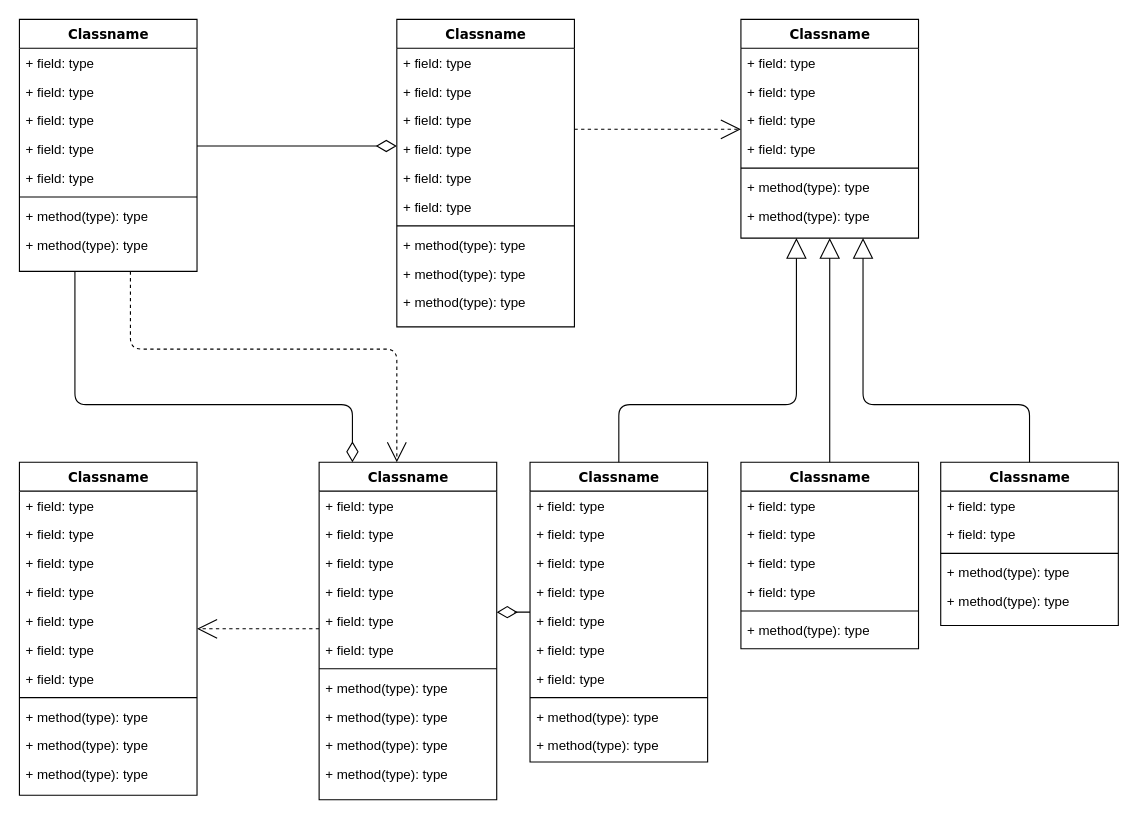
Before: Diagrama sem nome.drawio in fernandesladeira/TCC_PUCMinas, a draw.io diagram. Source tidied: cells renumbered, new cells numbered last; positions are measured from the earlier drawing's top-left corner, leaving out a move shared by most shapes. Both pictures are drawn from the tidied source at 111%, with x=0, y=0 at pixel (19, 19).
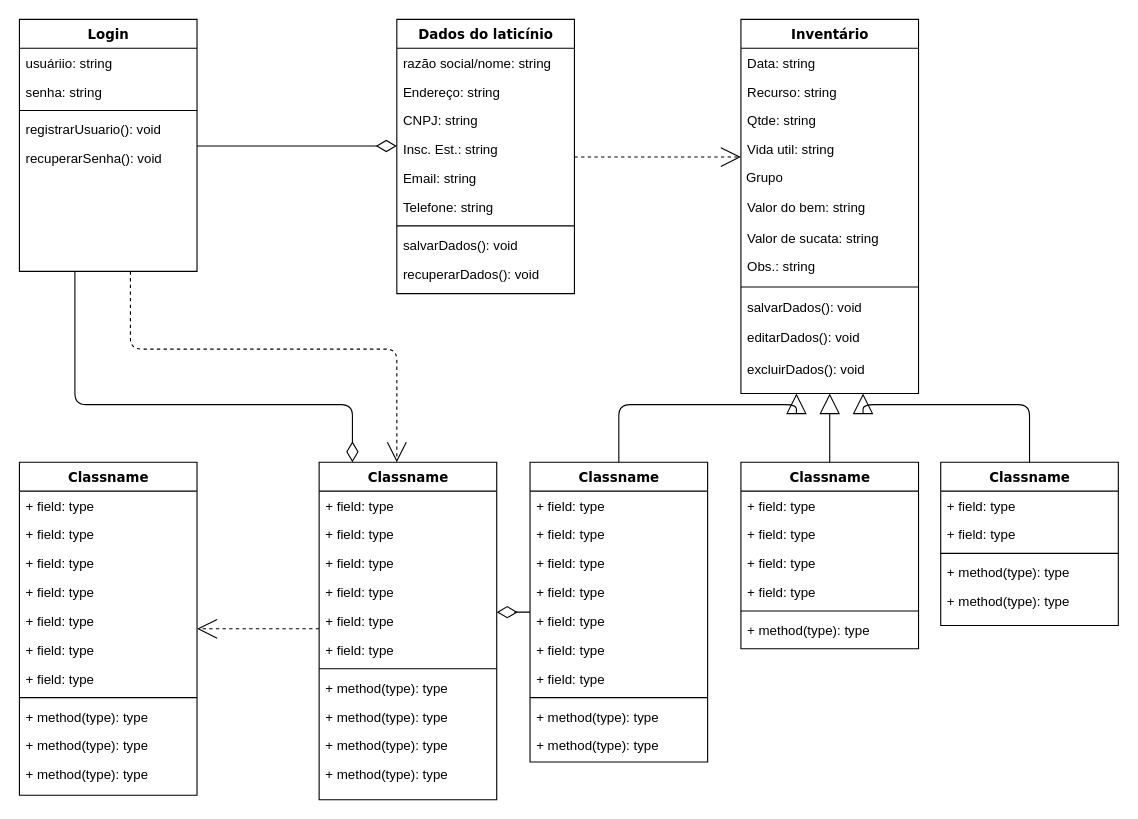
The same diagram, later.

Diff of the diagram source:
```diff
@@
-    <mxCell id="4" value="Classname" style="swimlane;html=1;fontStyle=1;align=center;verticalAlign=top;horizontal=1;startSize=26;swimlaneFillColor=#ffffff;rounded=0;shadow=0;comic=0;labelBackgroundColor=none;strokeWidth=1;fillColor=none;fontFamily=Verdana;fontSize=12;" parent="1" vertex="1">
+    <mxCell id="4" value="Login" style="swimlane;html=1;fontStyle=1;align=center;verticalAlign=top;horizontal=1;startSize=26;swimlaneFillColor=#ffffff;rounded=0;shadow=0;comic=0;labelBackgroundColor=none;strokeWidth=1;fillColor=none;fontFamily=Verdana;fontSize=12;" parent="1" vertex="1">
       <mxGeometry width="160" height="227" as="geometry" />
     </mxCell>
-    <mxCell id="5" value="+ field: type" style="text;html=1;strokeColor=none;fillColor=none;align=left;verticalAlign=top;spacingLeft=4;spacingRight=4;whiteSpace=wrap;overflow=hidden;" parent="4" vertex="1">
+    <mxCell id="5" value="usuáriio: string&lt;span style=&quot;white-space: pre;&quot;&gt;&#9;&lt;/span&gt;" style="text;html=1;strokeColor=none;fillColor=none;align=left;verticalAlign=top;spacingLeft=4;spacingRight=4;whiteSpace=wrap;overflow=hidden;" parent="4" vertex="1">
       <mxGeometry y="26" width="160" height="26" as="geometry" />
     </mxCell>
-    <mxCell id="6" value="+ field: type" style="text;html=1;strokeColor=none;fillColor=none;align=left;verticalAlign=top;spacingLeft=4;spacingRight=4;whiteSpace=wrap;overflow=hidden;" parent="4" vertex="1">
+    <mxCell id="6" value="senha: string" style="text;html=1;strokeColor=none;fillColor=none;align=left;verticalAlign=top;spacingLeft=4;spacingRight=4;whiteSpace=wrap;overflow=hidden;" parent="4" vertex="1">
       <mxGeometry y="52" width="160" height="26" as="geometry" />
     </mxCell>
-    <mxCell id="7" value="+ field: type" style="text;html=1;strokeColor=none;fillColor=none;align=left;verticalAlign=top;spacingLeft=4;spacingRight=4;whiteSpace=wrap;overflow=hidden;" parent="4" vertex="1">
-      <mxGeometry y="78" width="160" height="26" as="geometry" />
-    </mxCell>
-    <mxCell id="8" value="+ field: type" style="text;html=1;strokeColor=none;fillColor=none;align=left;verticalAlign=top;spacingLeft=4;spacingRight=4;whiteSpace=wrap;overflow=hidden;" parent="4" vertex="1">
-      <mxGeometry y="104" width="160" height="26" as="geometry" />
-    </mxCell>
-    <mxCell id="9" value="+ field: type" style="text;html=1;strokeColor=none;fillColor=none;align=left;verticalAlign=top;spacingLeft=4;spacingRight=4;whiteSpace=wrap;overflow=hidden;" parent="4" vertex="1">
-      <mxGeometry y="130" width="160" height="26" as="geometry" />
-    </mxCell>
     <mxCell id="10" style="line;html=1;strokeWidth=1;fillColor=none;align=left;verticalAlign=middle;spacingTop=-1;spacingLeft=3;spacingRight=3;labelPosition=right;" parent="4" vertex="1">
-      <mxGeometry y="156" width="160" height="8" as="geometry" />
+      <mxGeometry y="78" width="160" height="8" as="geometry" />
     </mxCell>
-    <mxCell id="11" value="+ method(type): type" style="text;html=1;strokeColor=none;fillColor=none;align=left;verticalAlign=top;spacingLeft=4;spacingRight=4;whiteSpace=wrap;overflow=hidden;" parent="4" vertex="1">
-      <mxGeometry y="164" width="160" height="26" as="geometry" />
+    <mxCell id="11" value="registrarUsuario(): void" style="text;html=1;strokeColor=none;fillColor=none;align=left;verticalAlign=top;spacingLeft=4;spacingRight=4;whiteSpace=wrap;overflow=hidden;" parent="4" vertex="1">
+      <mxGeometry y="86" width="160" height="26" as="geometry" />
     </mxCell>
-    <mxCell id="12" value="+ method(type): type" style="text;html=1;strokeColor=none;fillColor=none;align=left;verticalAlign=top;spacingLeft=4;spacingRight=4;whiteSpace=wrap;overflow=hidden;" parent="4" vertex="1">
-      <mxGeometry y="190" width="160" height="26" as="geometry" />
+    <mxCell id="12" value="recuperarSenha(): void" style="text;html=1;strokeColor=none;fillColor=none;align=left;verticalAlign=top;spacingLeft=4;spacingRight=4;whiteSpace=wrap;overflow=hidden;" parent="4" vertex="1">
+      <mxGeometry y="112" width="160" height="26" as="geometry" />
     </mxCell>
@@
-    <mxCell id="14" value="Classname" style="swimlane;html=1;fontStyle=1;align=center;verticalAlign=top;horizontal=1;startSize=26;swimlaneFillColor=#ffffff;rounded=0;shadow=0;comic=0;labelBackgroundColor=none;strokeWidth=1;fillColor=none;fontFamily=Verdana;fontSize=12;" parent="1" vertex="1">
-      <mxGeometry x="340" width="160" height="277" as="geometry" />
+    <mxCell id="14" value="Dados do laticínio" style="swimlane;html=1;fontStyle=1;align=center;verticalAlign=top;horizontal=1;startSize=26;swimlaneFillColor=#ffffff;rounded=0;shadow=0;comic=0;labelBackgroundColor=none;strokeWidth=1;fillColor=none;fontFamily=Verdana;fontSize=12;" parent="1" vertex="1">
+      <mxGeometry x="340" width="160" height="247" as="geometry" />
     </mxCell>
-    <mxCell id="15" value="+ field: type" style="text;html=1;strokeColor=none;fillColor=none;align=left;verticalAlign=top;spacingLeft=4;spacingRight=4;whiteSpace=wrap;overflow=hidden;" parent="14" vertex="1">
+    <mxCell id="15" value="razão social/nome: string" style="text;html=1;strokeColor=none;fillColor=none;align=left;verticalAlign=top;spacingLeft=4;spacingRight=4;whiteSpace=wrap;overflow=hidden;" parent="14" vertex="1">
       <mxGeometry y="26" width="160" height="26" as="geometry" />
     </mxCell>
-    <mxCell id="16" value="+ field: type" style="text;html=1;strokeColor=none;fillColor=none;align=left;verticalAlign=top;spacingLeft=4;spacingRight=4;whiteSpace=wrap;overflow=hidden;" parent="14" vertex="1">
+    <mxCell id="16" value="Endereço: string" style="text;html=1;strokeColor=none;fillColor=none;align=left;verticalAlign=top;spacingLeft=4;spacingRight=4;whiteSpace=wrap;overflow=hidden;" parent="14" vertex="1">
       <mxGeometry y="52" width="160" height="26" as="geometry" />
     </mxCell>
-    <mxCell id="17" value="+ field: type" style="text;html=1;strokeColor=none;fillColor=none;align=left;verticalAlign=top;spacingLeft=4;spacingRight=4;whiteSpace=wrap;overflow=hidden;" parent="14" vertex="1">
+    <mxCell id="17" value="CNPJ: string" style="text;html=1;strokeColor=none;fillColor=none;align=left;verticalAlign=top;spacingLeft=4;spacingRight=4;whiteSpace=wrap;overflow=hidden;" parent="14" vertex="1">
       <mxGeometry y="78" width="160" height="26" as="geometry" />
     </mxCell>
-    <mxCell id="18" value="+ field: type" style="text;html=1;strokeColor=none;fillColor=none;align=left;verticalAlign=top;spacingLeft=4;spacingRight=4;whiteSpace=wrap;overflow=hidden;" parent="14" vertex="1">
+    <mxCell id="18" value="Insc. Est.: string" style="text;html=1;strokeColor=none;fillColor=none;align=left;verticalAlign=top;spacingLeft=4;spacingRight=4;whiteSpace=wrap;overflow=hidden;" parent="14" vertex="1">
       <mxGeometry y="104" width="160" height="26" as="geometry" />
     </mxCell>
-    <mxCell id="19" value="+ field: type" style="text;html=1;strokeColor=none;fillColor=none;align=left;verticalAlign=top;spacingLeft=4;spacingRight=4;whiteSpace=wrap;overflow=hidden;" parent="14" vertex="1">
+    <mxCell id="19" value="Email: string" style="text;html=1;strokeColor=none;fillColor=none;align=left;verticalAlign=top;spacingLeft=4;spacingRight=4;whiteSpace=wrap;overflow=hidden;" parent="14" vertex="1">
       <mxGeometry y="130" width="160" height="26" as="geometry" />
     </mxCell>
-    <mxCell id="20" value="+ field: type" style="text;html=1;strokeColor=none;fillColor=none;align=left;verticalAlign=top;spacingLeft=4;spacingRight=4;whiteSpace=wrap;overflow=hidden;" parent="14" vertex="1">
+    <mxCell id="20" value="Telefone: string" style="text;html=1;strokeColor=none;fillColor=none;align=left;verticalAlign=top;spacingLeft=4;spacingRight=4;whiteSpace=wrap;overflow=hidden;" parent="14" vertex="1">
       <mxGeometry y="156" width="160" height="26" as="geometry" />
     </mxCell>
@@
-    <mxCell id="22" value="+ method(type): type" style="text;html=1;strokeColor=none;fillColor=none;align=left;verticalAlign=top;spacingLeft=4;spacingRight=4;whiteSpace=wrap;overflow=hidden;" parent="14" vertex="1">
+    <mxCell id="22" value="salvarDados(): void" style="text;html=1;strokeColor=none;fillColor=none;align=left;verticalAlign=top;spacingLeft=4;spacingRight=4;whiteSpace=wrap;overflow=hidden;" parent="14" vertex="1">
       <mxGeometry y="190" width="160" height="26" as="geometry" />
     </mxCell>
-    <mxCell id="23" value="+ method(type): type" style="text;html=1;strokeColor=none;fillColor=none;align=left;verticalAlign=top;spacingLeft=4;spacingRight=4;whiteSpace=wrap;overflow=hidden;" parent="14" vertex="1">
+    <mxCell id="23" value="recuperarDados(): void" style="text;html=1;strokeColor=none;fillColor=none;align=left;verticalAlign=top;spacingLeft=4;spacingRight=4;whiteSpace=wrap;overflow=hidden;" parent="14" vertex="1">
       <mxGeometry y="216" width="160" height="26" as="geometry" />
     </mxCell>
-    <mxCell id="24" value="+ method(type): type" style="text;html=1;strokeColor=none;fillColor=none;align=left;verticalAlign=top;spacingLeft=4;spacingRight=4;whiteSpace=wrap;overflow=hidden;" parent="14" vertex="1">
-      <mxGeometry y="242" width="160" height="26" as="geometry" />
-    </mxCell>
-    <mxCell id="25" value="Classname" style="swimlane;html=1;fontStyle=1;align=center;verticalAlign=top;horizontal=1;startSize=26;swimlaneFillColor=#ffffff;rounded=0;shadow=0;comic=0;labelBackgroundColor=none;strokeWidth=1;fillColor=none;fontFamily=Verdana;fontSize=12;" parent="1" vertex="1">
-      <mxGeometry x="650" width="160" height="197" as="geometry" />
+    <mxCell id="25" value="Inventário" style="swimlane;html=1;fontStyle=1;align=center;verticalAlign=top;horizontal=1;startSize=26;swimlaneFillColor=#ffffff;rounded=0;shadow=0;comic=0;labelBackgroundColor=none;strokeWidth=1;fillColor=none;fontFamily=Verdana;fontSize=12;" parent="1" vertex="1">
+      <mxGeometry x="650" width="160" height="337" as="geometry" />
     </mxCell>
-    <mxCell id="26" value="+ field: type" style="text;html=1;strokeColor=none;fillColor=none;align=left;verticalAlign=top;spacingLeft=4;spacingRight=4;whiteSpace=wrap;overflow=hidden;" parent="25" vertex="1">
+    <mxCell id="26" value="Data: string" style="text;html=1;strokeColor=none;fillColor=none;align=left;verticalAlign=top;spacingLeft=4;spacingRight=4;whiteSpace=wrap;overflow=hidden;" parent="25" vertex="1">
       <mxGeometry y="26" width="160" height="26" as="geometry" />
     </mxCell>
-    <mxCell id="27" value="+ field: type" style="text;html=1;strokeColor=none;fillColor=none;align=left;verticalAlign=top;spacingLeft=4;spacingRight=4;whiteSpace=wrap;overflow=hidden;" parent="25" vertex="1">
+    <mxCell id="27" value="Recurso: string" style="text;html=1;strokeColor=none;fillColor=none;align=left;verticalAlign=top;spacingLeft=4;spacingRight=4;whiteSpace=wrap;overflow=hidden;" parent="25" vertex="1">
       <mxGeometry y="52" width="160" height="26" as="geometry" />
     </mxCell>
-    <mxCell id="28" value="+ field: type" style="text;html=1;strokeColor=none;fillColor=none;align=left;verticalAlign=top;spacingLeft=4;spacingRight=4;whiteSpace=wrap;overflow=hidden;" parent="25" vertex="1">
+    <mxCell id="28" value="Qtde: string" style="text;html=1;strokeColor=none;fillColor=none;align=left;verticalAlign=top;spacingLeft=4;spacingRight=4;whiteSpace=wrap;overflow=hidden;" parent="25" vertex="1">
       <mxGeometry y="78" width="160" height="26" as="geometry" />
     </mxCell>
-    <mxCell id="29" value="+ field: type" style="text;html=1;strokeColor=none;fillColor=none;align=left;verticalAlign=top;spacingLeft=4;spacingRight=4;whiteSpace=wrap;overflow=hidden;" parent="25" vertex="1">
+    <mxCell id="29" value="Vida util: string" style="text;html=1;strokeColor=none;fillColor=none;align=left;verticalAlign=top;spacingLeft=4;spacingRight=4;whiteSpace=wrap;overflow=hidden;" parent="25" vertex="1">
       <mxGeometry y="104" width="160" height="26" as="geometry" />
     </mxCell>
-    <mxCell id="30" style="line;html=1;strokeWidth=1;fillColor=none;align=left;verticalAlign=middle;spacingTop=-1;spacingLeft=3;spacingRight=3;labelPosition=right;" parent="25" vertex="1">
-      <mxGeometry y="130" width="160" height="8" as="geometry" />
-    </mxCell>
-    <mxCell id="31" value="+ method(type): type" style="text;html=1;strokeColor=none;fillColor=none;align=left;verticalAlign=top;spacingLeft=4;spacingRight=4;whiteSpace=wrap;overflow=hidden;" parent="25" vertex="1">
-      <mxGeometry y="138" width="160" height="26" as="geometry" />
-    </mxCell>
-    <mxCell id="32" value="+ method(type): type" style="text;html=1;strokeColor=none;fillColor=none;align=left;verticalAlign=top;spacingLeft=4;spacingRight=4;whiteSpace=wrap;overflow=hidden;" parent="25" vertex="1">
-      <mxGeometry y="164" width="160" height="26" as="geometry" />
-    </mxCell>
@@
+    <mxCell id="87" value="Grupo" style="text;html=1;strokeColor=none;fillColor=none;align=left;verticalAlign=top;spacingLeft=4;spacingRight=4;whiteSpace=wrap;overflow=hidden;" parent="1" vertex="1">
+      <mxGeometry x="649" y="129" width="160" height="26" as="geometry" />
+    </mxCell>
+    <mxCell id="88" value="Valor do bem: string" style="text;html=1;strokeColor=none;fillColor=none;align=left;verticalAlign=top;spacingLeft=4;spacingRight=4;whiteSpace=wrap;overflow=hidden;" parent="1" vertex="1">
+      <mxGeometry x="650" y="156" width="160" height="26" as="geometry" />
+    </mxCell>
+    <mxCell id="89" value="Valor de sucata: string" style="text;html=1;strokeColor=none;fillColor=none;align=left;verticalAlign=top;spacingLeft=4;spacingRight=4;whiteSpace=wrap;overflow=hidden;" parent="1" vertex="1">
+      <mxGeometry x="650" y="184" width="160" height="26" as="geometry" />
+    </mxCell>
+    <mxCell id="90" value="Obs.: string" style="text;html=1;strokeColor=none;fillColor=none;align=left;verticalAlign=top;spacingLeft=4;spacingRight=4;whiteSpace=wrap;overflow=hidden;" parent="1" vertex="1">
+      <mxGeometry x="650" y="209" width="160" height="26" as="geometry" />
+    </mxCell>
+    <mxCell id="91" style="endArrow=none;html=1;rounded=0;" parent="1" edge="1">
+      <mxGeometry relative="1" as="geometry">
+        <mxPoint x="650" y="241" as="sourcePoint" />
+        <mxPoint x="810" y="241" as="targetPoint" />
+      </mxGeometry>
+    </mxCell>
+    <mxCell id="92" value="salvarDados(): void" style="text;html=1;strokeColor=none;fillColor=none;align=left;verticalAlign=top;spacingLeft=4;spacingRight=4;whiteSpace=wrap;overflow=hidden;" parent="1" vertex="1">
+      <mxGeometry x="650" y="246" width="160" height="26" as="geometry" />
+    </mxCell>
+    <mxCell id="93" value="editarDados(): void" style="text;html=1;strokeColor=none;fillColor=none;align=left;verticalAlign=top;spacingLeft=4;spacingRight=4;whiteSpace=wrap;overflow=hidden;" parent="1" vertex="1">
+      <mxGeometry x="650" y="273" width="160" height="26" as="geometry" />
+    </mxCell>
+    <mxCell id="94" value="excluirDados(): void" style="text;html=1;strokeColor=none;fillColor=none;align=left;verticalAlign=top;spacingLeft=4;spacingRight=4;whiteSpace=wrap;overflow=hidden;" parent="1" vertex="1">
+      <mxGeometry x="650" y="302" width="160" height="26" as="geometry" />
+    </mxCell>
```
